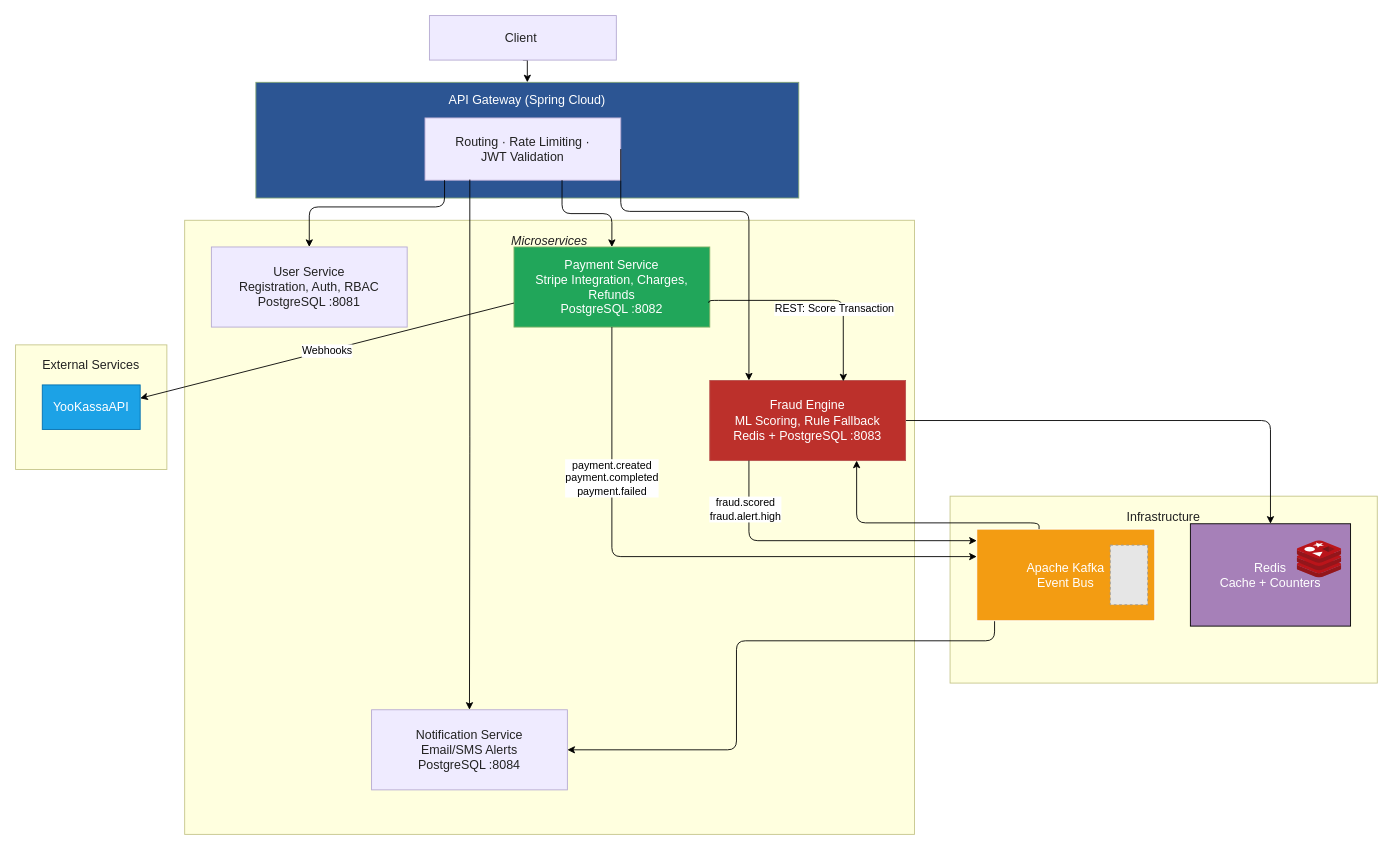
nibavs/payment_processing_platform keeps this draw.io diagram as payment_architecture.drawio. Above is the earlier version. Source tidied: cells renumbered, new cells numbered last; positions are measured from the earlier drawing's top-left corner, leaving out a move shared by most shapes. Both pictures are drawn from the tidied source at 89%, with x=0, y=0 at pixel (15, 15). Pictures stored in the file or linked from it are replaced by grey dashed boxes.
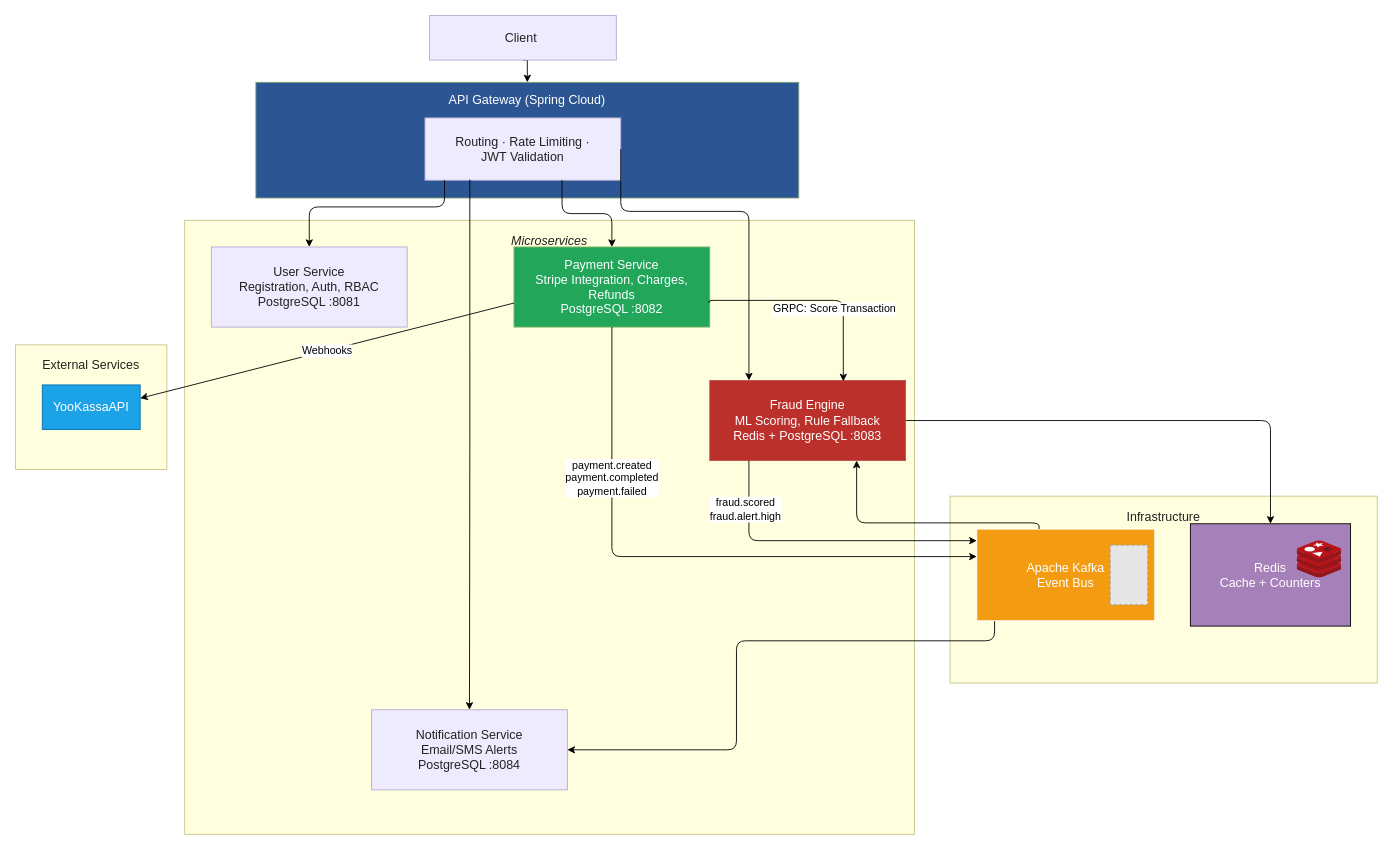
The same page after the edit.

Commit message (it also covers changes not shown here):
Grpc added to desc of the proj.

The change refers to these unchanged cells:
```xml
<mxCell id="10" value="Payment Service&lt;br&gt;Stripe Integration, Charges, Refunds&lt;br&gt;PostgreSQL :8082" style="rounded=0;whiteSpace=wrap;html=1;fillColor=#21A65A;strokeColor=#82B366;fontColor=#FFFFFF;fontSize=14;" parent="1" vertex="1">
  <mxGeometry x="560" y="260" width="220" height="90" as="geometry" />
</mxCell>
<mxCell id="12" value="Fraud Engine&lt;br&gt;ML Scoring, Rule Fallback&lt;br&gt;Redis + PostgreSQL :8083" style="rounded=0;whiteSpace=wrap;html=1;fillColor=#BC302B;strokeColor=#B85450;fontColor=#FFFFFF;fontSize=14;" parent="1" vertex="1">
  <mxGeometry x="780" y="410" width="220" height="90" as="geometry" />
</mxCell>
```

What changed in the source:
```diff
@@
-    <mxCell id="22" value="REST: Score Transaction" style="edgeStyle=orthogonalEdgeStyle;rounded=1;jettySize=auto;html=1;endArrow=classic;endFill=1;strokeColor=#000000;fontSize=12;labelBackgroundColor=#FFFFFF;exitX=0.991;exitY=0.689;entryX=0.682;entryY=0.011;entryDx=0;entryDy=0;entryPerimeter=0;exitDx=0;exitDy=0;exitPerimeter=0;" parent="1" edge="1" source="10" target="12">
+    <mxCell id="22" value="GRPC: Score Transaction" style="edgeStyle=orthogonalEdgeStyle;rounded=1;jettySize=auto;html=1;endArrow=classic;endFill=1;strokeColor=#000000;fontSize=12;labelBackgroundColor=#FFFFFF;exitX=0.991;exitY=0.689;entryX=0.682;entryY=0.011;entryDx=0;entryDy=0;entryPerimeter=0;exitDx=0;exitDy=0;exitPerimeter=0;" parent="1" edge="1" source="10" target="12">
       <mxGeometry x="0.34" y="-10" relative="1" as="geometry">
         <Array as="points">
           <mxPoint x="780" y="322" />
           <mxPoint x="780" y="320" />
           <mxPoint x="930" y="320" />
         </Array>
       </mxGeometry>
     </mxCell>
```
